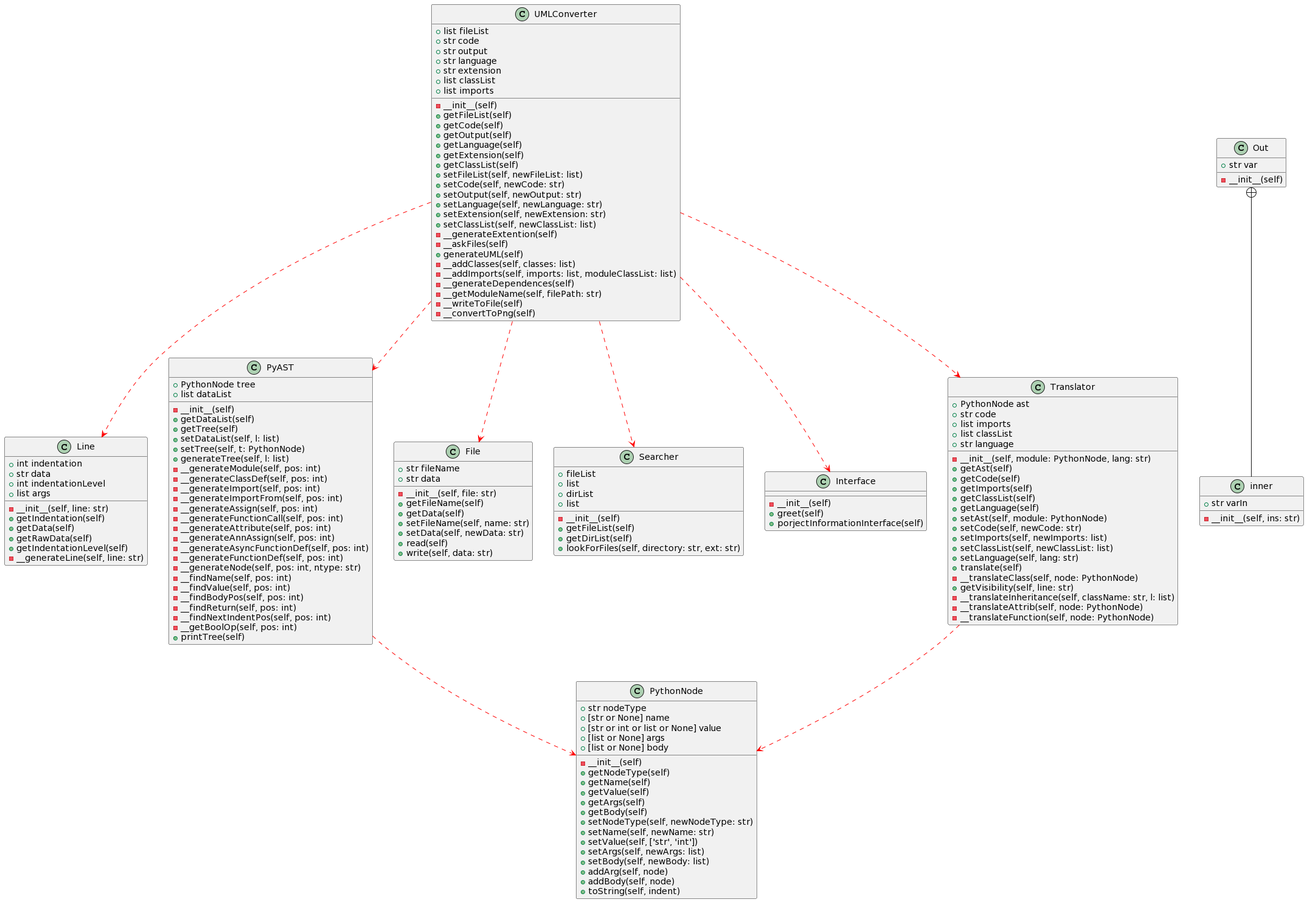
AdrianEpi/UMLConverter keeps this PlantUML diagram as outputs/projectUML.png. Above is the earlier version.
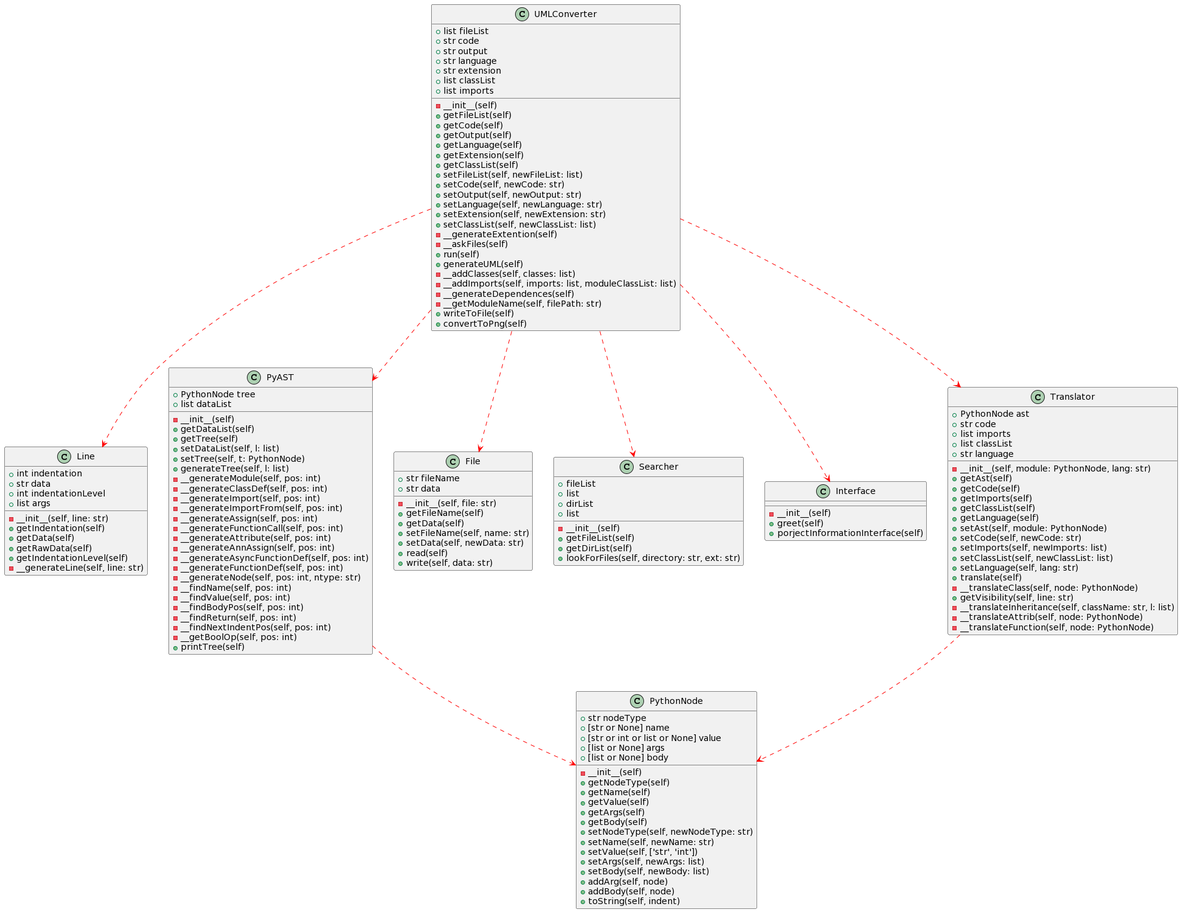
Later version of the same file.

Change to the diagram source:
```diff
@@ -140,26 +140,15 @@
     + setClassList(self, newClassList: list)
     - __generateExtention(self)
     - __askFiles(self)
+    + run(self)
     + generateUML(self)
     - __addClasses(self, classes: list)
     - __addImports(self, imports: list, moduleClassList: list)
     - __generateDependences(self)
     - __getModuleName(self, filePath: str)
-    - __writeToFile(self)
-    - __convertToPng(self)
+    + writeToFile(self)
+    + convertToPng(self)
 }
-
-class Out {
-    + str var
-    - __init__(self)
-}
-
-class inner {
-    + str varIn
-    - __init__(self, ins: str)
-}
-
-Out +-- inner
 
 PyAST --> PythonNode #red;line.dashed
 Translator --> PythonNode #red;line.dashed
```
